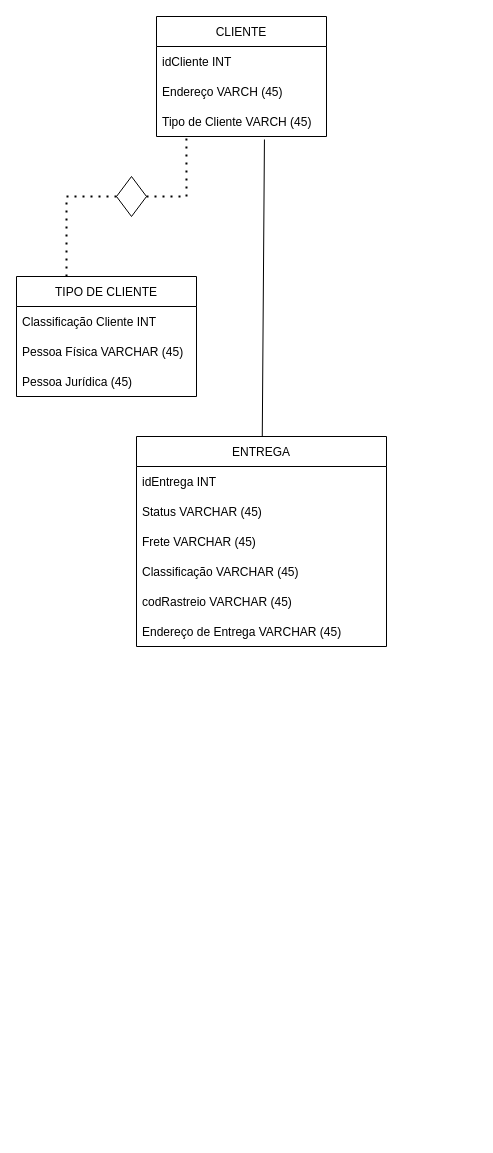
Before: Diagrama sem nome.drawio in christianalencar/Desafio-DIO-SQL-NoSQL, a draw.io diagram. Source tidied: cells renumbered, new cells numbered last; positions are measured from the earlier drawing's top-left corner, leaving out a move shared by most shapes. Both pictures are drawn from the tidied source at 100%, with x=0, y=0 at pixel (16, 16).
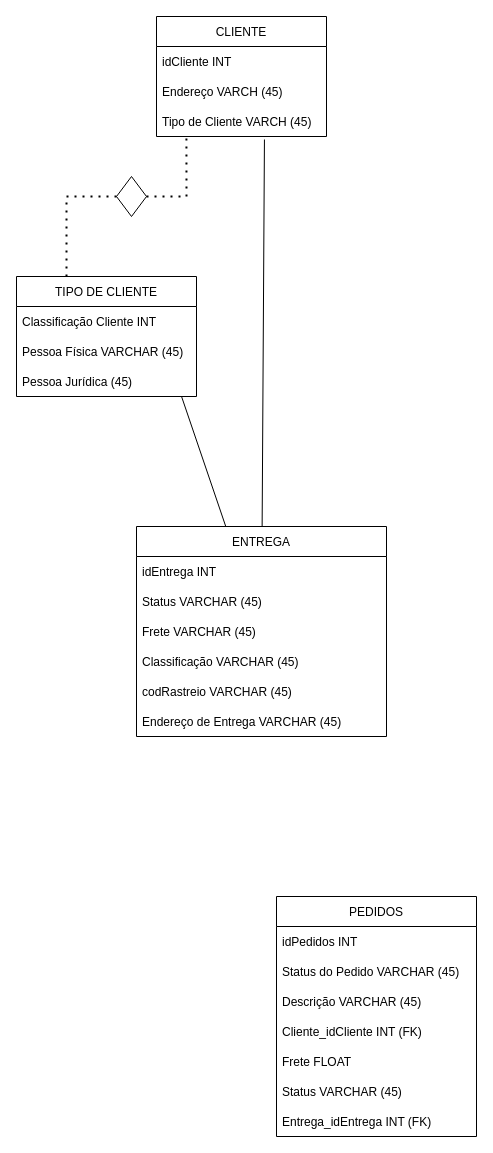
After the change.

The change refers to these unchanged cells:
```xml
<mxCell id="9" value="Pessoa Jurídica (45)" style="text;strokeColor=none;fillColor=none;align=left;verticalAlign=middle;spacingLeft=4;spacingRight=4;overflow=hidden;points=[[0,0.5],[1,0.5]];portConstraint=eastwest;" parent="6" vertex="1">
  <mxGeometry y="90" width="180" height="30" as="geometry" />
</mxCell>
```

Change to the diagram source:
```diff
@@
     <mxCell id="13" value="ENTREGA" style="swimlane;fontStyle=0;horizontal=1;startSize=30;" parent="1" vertex="1">
-      <mxGeometry x="120" y="420" width="250" height="210" as="geometry" />
+      <mxGeometry x="120" y="510" width="250" height="210" as="geometry" />
     </mxCell>
@@
+    <mxCell id="21" value="PEDIDOS" style="swimlane;fontStyle=0;horizontal=1;startSize=30;strokeColor=default;fontFamily=Helvetica;fontSize=12;fontColor=default;fillColor=default;" parent="1" vertex="1">
+      <mxGeometry x="260" y="880" width="200" height="240" as="geometry" />
+    </mxCell>
+    <mxCell id="22" value="idPedidos INT" style="text;strokeColor=none;fillColor=none;align=left;verticalAlign=middle;spacingLeft=4;spacingRight=4;overflow=hidden;fontFamily=Helvetica;fontSize=12;fontColor=default;startSize=30;" parent="21" vertex="1">
+      <mxGeometry y="30" width="200" height="30" as="geometry" />
+    </mxCell>
+    <mxCell id="23" value="Status do Pedido VARCHAR (45)" style="text;strokeColor=none;fillColor=none;align=left;verticalAlign=middle;spacingLeft=4;spacingRight=4;overflow=hidden;fontFamily=Helvetica;fontSize=12;fontColor=default;startSize=30;" parent="21" vertex="1">
+      <mxGeometry y="60" width="200" height="30" as="geometry" />
+    </mxCell>
+    <mxCell id="24" value="Descrição VARCHAR (45)" style="text;strokeColor=none;fillColor=none;align=left;verticalAlign=middle;spacingLeft=4;spacingRight=4;overflow=hidden;fontFamily=Helvetica;fontSize=12;fontColor=default;startSize=30;" parent="21" vertex="1">
+      <mxGeometry y="90" width="200" height="30" as="geometry" />
+    </mxCell>
+    <mxCell id="25" value="Cliente_idCliente INT (FK)" style="text;strokeColor=none;fillColor=none;align=left;verticalAlign=middle;spacingLeft=4;spacingRight=4;overflow=hidden;fontFamily=Helvetica;fontSize=12;fontColor=default;startSize=30;" parent="21" vertex="1">
+      <mxGeometry y="120" width="200" height="30" as="geometry" />
+    </mxCell>
+    <mxCell id="26" value="Frete FLOAT" style="text;strokeColor=none;fillColor=none;align=left;verticalAlign=middle;spacingLeft=4;spacingRight=4;overflow=hidden;fontFamily=Helvetica;fontSize=12;fontColor=default;startSize=30;" parent="21" vertex="1">
+      <mxGeometry y="150" width="200" height="30" as="geometry" />
+    </mxCell>
+    <mxCell id="27" value="Status VARCHAR (45)" style="text;strokeColor=none;fillColor=none;align=left;verticalAlign=middle;spacingLeft=4;spacingRight=4;overflow=hidden;fontFamily=Helvetica;fontSize=12;fontColor=default;startSize=30;" parent="21" vertex="1">
+      <mxGeometry y="180" width="200" height="30" as="geometry" />
+    </mxCell>
+    <mxCell id="28" value="Entrega_idEntrega INT (FK)" style="text;strokeColor=none;fillColor=none;align=left;verticalAlign=middle;spacingLeft=4;spacingRight=4;overflow=hidden;fontFamily=Helvetica;fontSize=12;fontColor=default;startSize=30;" parent="21" vertex="1">
+      <mxGeometry y="210" width="200" height="30" as="geometry" />
+    </mxCell>
+    <mxCell id="29" style="endArrow=none;html=1;rounded=0;fontFamily=Helvetica;fontSize=12;fontColor=default;startSize=30;entryX=0.917;entryY=1;entryDx=0;entryDy=0;entryPerimeter=0;" parent="1" edge="1" source="13" target="9">
+      <mxGeometry relative="1" as="geometry" />
+    </mxCell>
```
